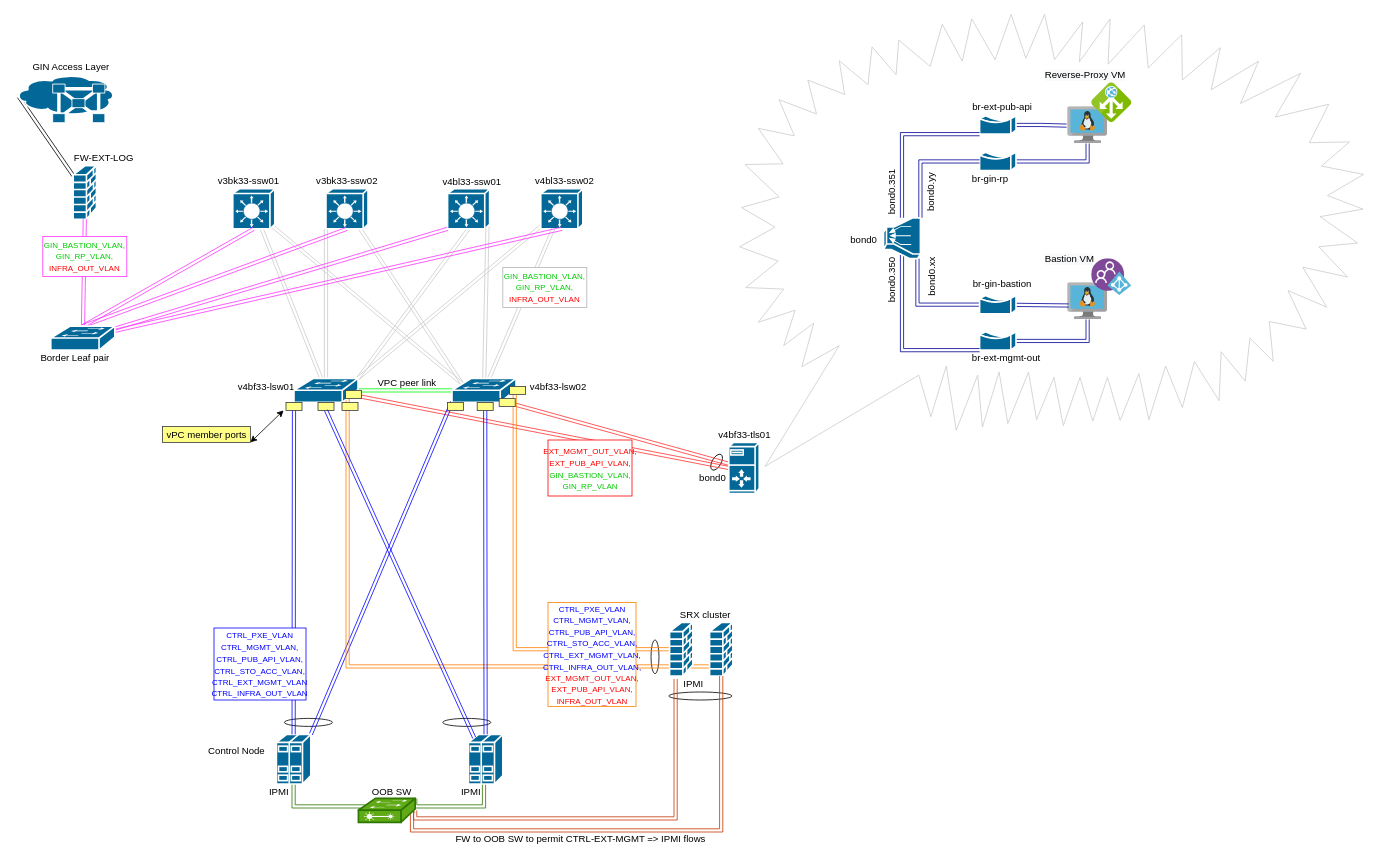
Above: LLD_OPC_VdR_wToolServer(bastion+RP).drawio in bogdanadrian-burciu/diagrams-net (draw.io), before the change. Source tidied: cells renumbered, new cells numbered last; positions are measured from the earlier drawing's top-left corner, leaving out a move shared by most shapes. Both pictures are drawn from the tidied source at 80%, with x=0, y=0 at pixel (14, 14).
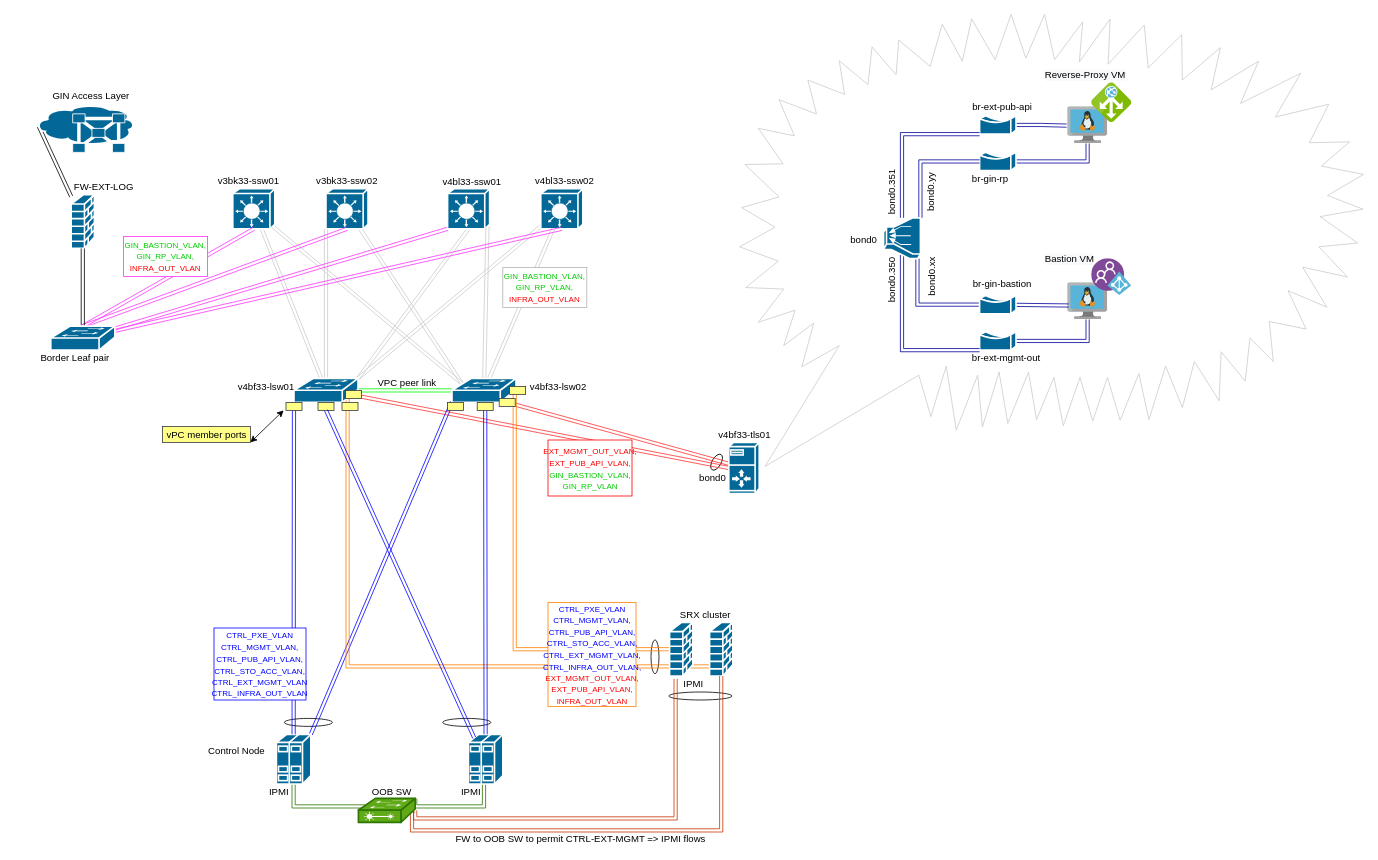
The same diagram, later.

The change refers to these unchanged cells:
```xml
<mxCell id="119" style="shape=mxgraph.cisco.switches.workgroup_switch;html=1;dashed=0;fillColor=#036897;strokeColor=#ffffff;strokeWidth=2;verticalLabelPosition=bottom;verticalAlign=top;align=center;outlineConnect=0;" parent="1" vertex="1">
  <mxGeometry x="45" y="390.2" width="80" height="30" as="geometry" />
</mxCell>
```

The edit, as a diff of the source:
```diff
@@
     <mxCell id="53" style="shape=mxgraph.cisco.security.gatekeeper;html=1;dashed=0;fillColor=#036897;strokeColor=#ffffff;strokeWidth=2;verticalLabelPosition=bottom;verticalAlign=top;align=center;outlineConnect=0;fontSize=10;fontColor=#E6E6E6;" parent="1" vertex="1">
-      <mxGeometry y="75.8" width="125" height="60" as="geometry" />
+      <mxGeometry x="25" y="113" width="125" height="60" as="geometry" />
     </mxCell>
     <mxCell id="54" value="&lt;font color=&quot;#000000&quot; style=&quot;font-size: 12px&quot;&gt;GIN Access Layer&lt;/font&gt;" style="text;html=1;align=center;verticalAlign=middle;fontSize=10;fontColor=#E6E6E6;" parent="1" vertex="1">
-      <mxGeometry x="15" y="55.8" width="110" height="20" as="geometry" />
+      <mxGeometry x="40" y="93" width="110" height="20" as="geometry" />
     </mxCell>
     <mxCell id="55" style="shape=mxgraph.cisco.security.firewall;html=1;dashed=0;fillColor=#036897;strokeColor=#ffffff;strokeWidth=2;verticalLabelPosition=bottom;verticalAlign=top;align=center;outlineConnect=0;" parent="1" vertex="1">
-      <mxGeometry x="73" y="189.5" width="29" height="67" as="geometry" />
+      <mxGeometry x="70.5" y="226" width="29" height="67" as="geometry" />
     </mxCell>
@@
-    <mxCell id="118" style="edgeStyle=none;shape=link;rounded=0;jettySize=auto;html=1;entryX=0.5;entryY=1;entryDx=0;entryDy=0;entryPerimeter=0;strokeColor=#FF33FF;" parent="1" edge="1" source="119" target="55">
+    <mxCell id="118" style="shape=link;rounded=0;jettySize=auto;html=1;entryX=0.5;entryY=1;entryDx=0;entryDy=0;entryPerimeter=0;" parent="1" edge="1" source="119" target="55">
       <mxGeometry relative="1" as="geometry" />
     </mxCell>
@@
     <mxCell id="120" value="FW-EXT-LOG" style="text;html=1;align=center;verticalAlign=middle;" parent="1" vertex="1">
-      <mxGeometry x="66" y="169.5" width="90" height="20" as="geometry" />
+      <mxGeometry x="66" y="206" width="90" height="20" as="geometry" />
     </mxCell>
@@
     <mxCell id="122" value="&lt;span style=&quot;font-family: &amp;#34;calibri&amp;#34; , sans-serif ; font-size: 10px ; text-transform: uppercase&quot;&gt;&lt;font color=&quot;#00cc00&quot;&gt;GIN_BASTION_VLAN, GIN_RP_VLAN,&lt;/font&gt;&lt;/span&gt;&lt;span style=&quot;color: rgb(255 , 0 , 0) ; font-family: &amp;#34;calibri&amp;#34; , sans-serif ; font-size: 10px ; text-transform: uppercase&quot;&gt;&lt;br&gt;INFRA_OUT_VLAN&lt;/span&gt;&lt;font style=&quot;font-size: 10px&quot; color=&quot;#0000ff&quot;&gt;&lt;br&gt;&lt;/font&gt;" style="whiteSpace=wrap;html=1;strokeColor=#FF33FF;" parent="1" vertex="1">
-      <mxGeometry x="35" y="278.2" width="105" height="50" as="geometry" />
+      <mxGeometry x="136" y="278.2" width="105" height="50" as="geometry" />
     </mxCell>
```
